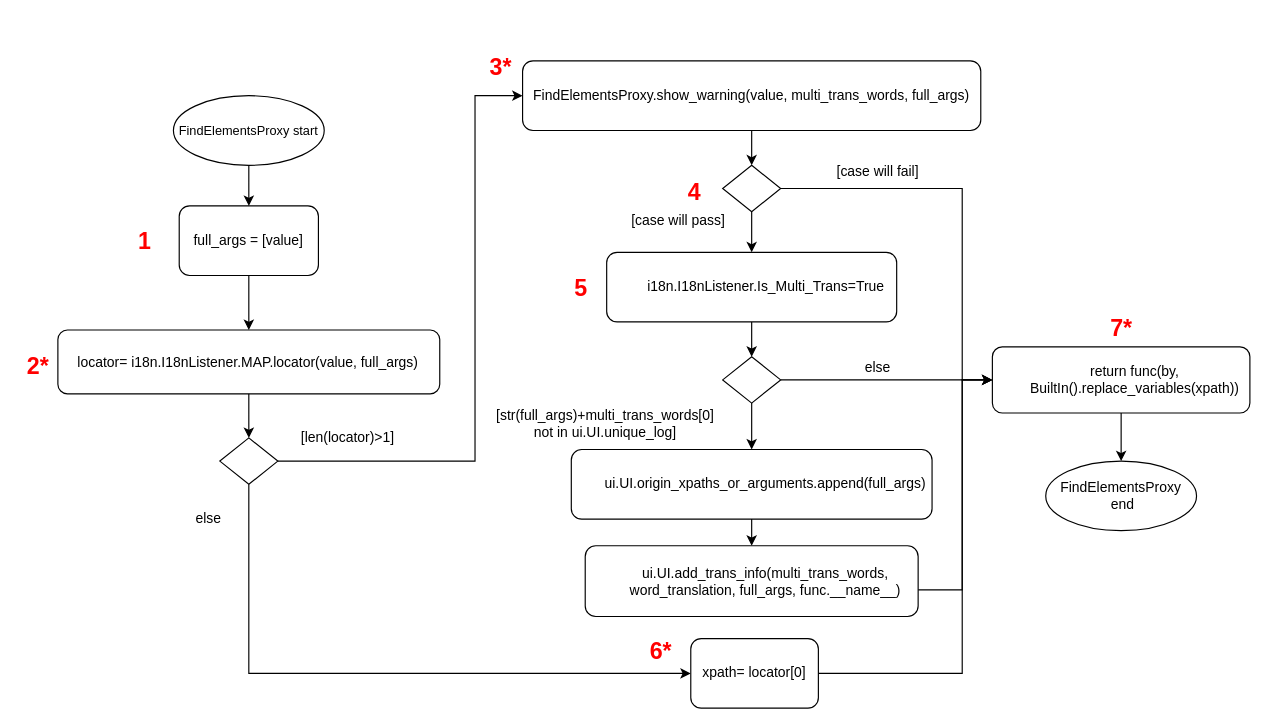
Above: page "ppt 橫向版" (3 of 3) of UML/i18n flow chart.drawio in Rexmen/i18n (draw.io), before the change. Source tidied: cells renumbered, new cells numbered last; positions are measured from the earlier drawing's top-left corner, leaving out a move shared by most shapes. Both pictures are drawn from the tidied source at 116%, with x=0, y=0 at pixel (20, 55).
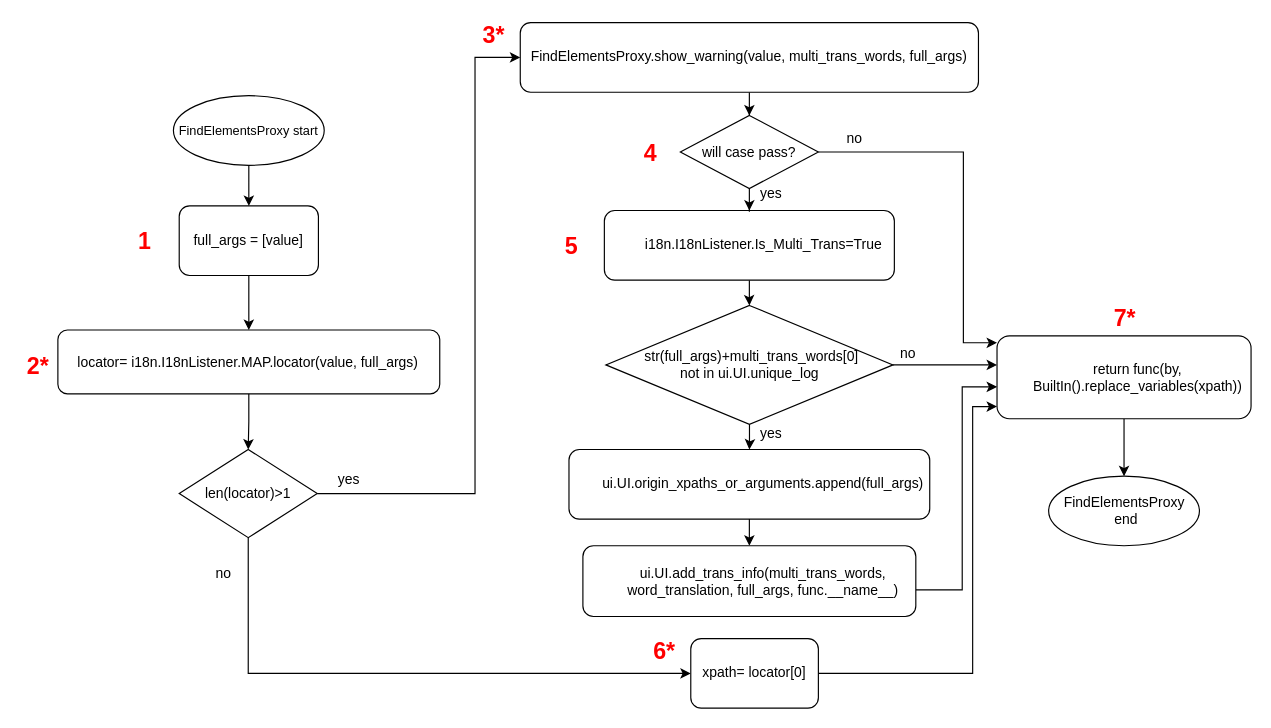
The same diagram, later.

Unchanged cells that the change refers to:
```xml
<mxCell id="27" value="xpath= locator[0]" style="rounded=1;whiteSpace=wrap;html=1;" parent="1" vertex="1">
  <mxGeometry x="578" y="503" width="110" height="60" as="geometry" />
</mxCell>
```

Diff of the diagram source:
```diff
@@
     <mxCell id="7" value="&lt;p class=&quot;MsoListParagraph&quot; style=&quot;margin-left: 18.0pt ; text-indent: 0cm&quot;&gt;&lt;span lang=&quot;EN-US&quot;&gt;ui.UI.origin_xpaths_or_arguments.append(full_args)&lt;/span&gt;&lt;/p&gt;" style="rounded=1;whiteSpace=wrap;html=1;" parent="1" vertex="1">
-      <mxGeometry x="475" y="340" width="311" height="60" as="geometry" />
+      <mxGeometry x="473" y="340" width="311" height="60" as="geometry" />
     </mxCell>
-    <mxCell id="8" style="edgeStyle=orthogonalEdgeStyle;rounded=0;jettySize=auto;html=1;entryX=0.5;entryY=0;entryDx=0;entryDy=0;" parent="1" edge="1" source="9" target="21">
-      <mxGeometry relative="1" as="geometry" />
-    </mxCell>
+    <mxCell id="43" style="edgeStyle=orthogonalEdgeStyle;rounded=0;jettySize=auto;html=1;entryX=0.5;entryY=0;entryDx=0;entryDy=0;" parent="1" edge="1" source="9" target="50">
+      <mxGeometry relative="1" as="geometry" />
+    </mxCell>
     <mxCell id="9" value="&lt;p class=&quot;MsoListParagraph&quot; style=&quot;margin-left: 18.0pt ; text-indent: 0cm&quot;&gt;&lt;span lang=&quot;EN-US&quot;&gt;i18n.I18nListener.Is_Multi_Trans=True&lt;/span&gt;&lt;/p&gt;" style="rounded=1;whiteSpace=wrap;html=1;" parent="1" vertex="1">
-      <mxGeometry x="505.5" y="170" width="250" height="60" as="geometry" />
+      <mxGeometry x="503.5" y="134" width="250" height="60" as="geometry" />
     </mxCell>
-    <mxCell id="10" style="edgeStyle=orthogonalEdgeStyle;rounded=0;jettySize=auto;html=1;" parent="1" edge="1" source="11" target="19">
-      <mxGeometry relative="1" as="geometry" />
-    </mxCell>
+    <mxCell id="44" style="edgeStyle=orthogonalEdgeStyle;rounded=0;jettySize=auto;html=1;" parent="1" edge="1" source="11" target="47">
+      <mxGeometry relative="1" as="geometry" />
+    </mxCell>
     <mxCell id="11" value="FindElementsProxy.show_warning(value, multi_trans_words, full_args)" style="rounded=1;whiteSpace=wrap;html=1;" parent="1" vertex="1">
-      <mxGeometry x="433" y="5" width="395" height="60" as="geometry" />
+      <mxGeometry x="431" y="-28" width="395" height="60" as="geometry" />
     </mxCell>
-    <mxCell id="12" value="else" style="text;html=1;align=center;verticalAlign=middle;strokeColor=none;" parent="1" vertex="1">
-      <mxGeometry x="142" y="390" width="40" height="20" as="geometry" />
+    <mxCell id="12" value="no" style="text;html=1;align=center;verticalAlign=middle;strokeColor=none;" parent="1" vertex="1">
+      <mxGeometry x="163" y="438" width="23" height="17" as="geometry" />
     </mxCell>
-    <mxCell id="13" value="[case will fail]" style="text;html=1;align=center;verticalAlign=middle;strokeColor=none;" parent="1" vertex="1">
-      <mxGeometry x="694" y="91" width="90" height="20" as="geometry" />
+    <mxCell id="13" value="yes" style="text;html=1;align=center;verticalAlign=middle;strokeColor=none;" parent="1" vertex="1">
+      <mxGeometry x="632" y="111" width="29" height="17" as="geometry" />
     </mxCell>
     <mxCell id="14" style="edgeStyle=orthogonalEdgeStyle;rounded=0;jettySize=auto;html=1;exitX=1;exitY=0.5;exitDx=0;exitDy=0;entryX=0;entryY=0.5;entryDx=0;entryDy=0;" parent="1" edge="1" source="16" target="11">
       <mxGeometry relative="1" as="geometry">
         <Array as="points">
-          <mxPoint x="392" y="350" />
-          <mxPoint x="392" y="35" />
+          <mxPoint x="392" y="378" />
+          <mxPoint x="392" y="2" />
         </Array>
       </mxGeometry>
     </mxCell>
@@
-    <mxCell id="16" style="rhombus;whiteSpace=wrap;html=1;" parent="1" vertex="1">
-      <mxGeometry x="172" y="330" width="50" height="40" as="geometry" />
+    <mxCell id="16" value="len(locator)&amp;gt;1" style="rhombus;whiteSpace=wrap;html=1;" parent="1" vertex="1">
+      <mxGeometry x="137" y="340" width="119" height="76" as="geometry" />
     </mxCell>
-    <mxCell id="17" style="edgeStyle=orthogonalEdgeStyle;rounded=0;jettySize=auto;html=1;" parent="1" edge="1" source="19" target="9">
-      <mxGeometry relative="1" as="geometry" />
-    </mxCell>
-    <mxCell id="18" style="edgeStyle=orthogonalEdgeStyle;rounded=0;jettySize=auto;html=1;entryX=0;entryY=0.5;entryDx=0;entryDy=0;" parent="1" edge="1" source="19" target="29">
-      <mxGeometry relative="1" as="geometry">
-        <Array as="points">
-          <mxPoint x="812" y="115" />
-          <mxPoint x="812" y="280" />
-        </Array>
-      </mxGeometry>
-    </mxCell>
-    <mxCell id="19" style="rhombus;whiteSpace=wrap;html=1;" parent="1" vertex="1">
-      <mxGeometry x="605.5" y="95" width="50" height="40" as="geometry" />
-    </mxCell>
-    <mxCell id="20" style="edgeStyle=orthogonalEdgeStyle;rounded=0;jettySize=auto;html=1;entryX=0.5;entryY=0;entryDx=0;entryDy=0;" parent="1" edge="1" source="21" target="7">
-      <mxGeometry relative="1" as="geometry" />
-    </mxCell>
-    <mxCell id="21" style="rhombus;whiteSpace=wrap;html=1;" parent="1" vertex="1">
-      <mxGeometry x="605.5" y="260" width="50" height="40" as="geometry" />
-    </mxCell>
-    <mxCell id="22" value="&lt;p class=&quot;MsoListParagraph&quot; style=&quot;margin-left: 18.0pt ; text-indent: 0cm&quot;&gt;&lt;span lang=&quot;EN-US&quot;&gt;[str(full_args)+multi_trans_words[0]&lt;br&gt;not in ui.UI.unique_log]&lt;/span&gt;&lt;/p&gt;" style="text;html=1;align=center;verticalAlign=middle;strokeColor=none;" parent="1" vertex="1">
-      <mxGeometry x="381" y="290" width="221" height="55" as="geometry" />
-    </mxCell>
-    <mxCell id="23" value="else" style="text;html=1;align=center;verticalAlign=middle;strokeColor=none;" parent="1" vertex="1">
-      <mxGeometry x="719" y="260" width="40" height="20" as="geometry" />
+    <mxCell id="23" value="yes" style="text;html=1;align=center;verticalAlign=middle;strokeColor=none;" parent="1" vertex="1">
+      <mxGeometry x="632" y="318.2" width="29" height="17" as="geometry" />
     </mxCell>
-    <mxCell id="24" style="edgeStyle=orthogonalEdgeStyle;rounded=0;jettySize=auto;html=1;entryX=0;entryY=0.5;entryDx=0;entryDy=0;" parent="1" edge="1" source="25" target="29">
+    <mxCell id="24" style="edgeStyle=orthogonalEdgeStyle;rounded=0;jettySize=auto;html=1;" parent="1" edge="1" source="25" target="29">
       <mxGeometry relative="1" as="geometry">
         <Array as="points">
           <mxPoint x="812" y="461" />
-          <mxPoint x="812" y="280" />
+          <mxPoint x="812" y="286" />
         </Array>
       </mxGeometry>
     </mxCell>
     <mxCell id="25" value="&lt;p class=&quot;MsoListParagraph&quot; style=&quot;margin-left: 18.0pt ; text-indent: 0cm&quot;&gt;&lt;span lang=&quot;EN-US&quot;&gt;ui.UI.add_trans_info(multi_trans_words, word_translation, full_args, func.__name__)&lt;/span&gt;&lt;/p&gt;" style="rounded=1;whiteSpace=wrap;html=1;" parent="1" vertex="1">
-      <mxGeometry x="487" y="423" width="287" height="61" as="geometry" />
+      <mxGeometry x="485" y="423" width="287" height="61" as="geometry" />
     </mxCell>
-    <mxCell id="26" style="edgeStyle=orthogonalEdgeStyle;rounded=0;jettySize=auto;html=1;entryX=0;entryY=0.5;entryDx=0;entryDy=0;" parent="1" edge="1" source="27" target="29">
+    <mxCell id="26" style="edgeStyle=orthogonalEdgeStyle;rounded=0;jettySize=auto;html=1;" parent="1" edge="1" source="27" target="29">
       <mxGeometry relative="1" as="geometry">
         <Array as="points">
-          <mxPoint x="812" y="533" />
-          <mxPoint x="812" y="280" />
+          <mxPoint x="821" y="533" />
+          <mxPoint x="821" y="303" />
         </Array>
       </mxGeometry>
     </mxCell>
@@
     <mxCell id="29" value="&lt;p class=&quot;MsoListParagraph&quot; style=&quot;margin-left: 18.0pt ; text-indent: 0cm&quot;&gt;&lt;span lang=&quot;EN-US&quot;&gt;return func(by,&lt;br&gt;BuiltIn().replace_variables(xpath))&lt;/span&gt;&lt;/p&gt;" style="rounded=1;whiteSpace=wrap;html=1;" parent="1" vertex="1">
-      <mxGeometry x="838" y="251.5" width="222" height="57" as="geometry" />
+      <mxGeometry x="842" y="242" width="219" height="71.5" as="geometry" />
     </mxCell>
-    <mxCell id="30" value="[len(locator)&amp;gt;1]" style="text;html=1;align=center;verticalAlign=middle;strokeColor=none;" parent="1" vertex="1">
-      <mxGeometry x="232" y="320" width="100" height="20" as="geometry" />
+    <mxCell id="30" value="yes" style="text;html=1;align=center;verticalAlign=middle;strokeColor=none;" parent="1" vertex="1">
+      <mxGeometry x="268" y="357" width="29" height="17" as="geometry" />
     </mxCell>
-    <mxCell id="31" value="[case will pass]" style="text;html=1;align=center;verticalAlign=middle;strokeColor=none;" parent="1" vertex="1">
-      <mxGeometry x="517" y="133" width="100" height="20" as="geometry" />
+    <mxCell id="31" value="no" style="text;html=1;align=center;verticalAlign=middle;strokeColor=none;" parent="1" vertex="1">
+      <mxGeometry x="707" y="63" width="23" height="17" as="geometry" />
     </mxCell>
@@
     <mxCell id="34" value="FindElementsProxy&lt;br&gt;&amp;nbsp;end" style="ellipse;whiteSpace=wrap;html=1;" parent="1" vertex="1">
-      <mxGeometry x="884" y="350" width="130" height="60" as="geometry" />
+      <mxGeometry x="886.5" y="363" width="130" height="60" as="geometry" />
     </mxCell>
-    <mxCell id="35" style="endArrow=none;html=1;exitX=1;exitY=0.5;exitDx=0;exitDy=0;" parent="1" edge="1" source="21">
-      <mxGeometry relative="1" as="geometry">
-        <mxPoint x="812" y="280" as="targetPoint" />
-      </mxGeometry>
-    </mxCell>
@@
     <mxCell id="37" value="&lt;b style=&quot;color: rgb(255 , 0 , 0) ; font-size: 20px&quot;&gt;3*&lt;/b&gt;" style="text;html=1;align=center;verticalAlign=middle;strokeColor=none;" parent="1" vertex="1">
-      <mxGeometry x="399" width="29" height="20" as="geometry" />
+      <mxGeometry x="393" y="-28" width="29" height="20" as="geometry" />
     </mxCell>
@@
     <mxCell id="39" value="&lt;b style=&quot;color: rgb(255 , 0 , 0) ; font-size: 20px&quot;&gt;5&lt;/b&gt;" style="text;html=1;align=center;verticalAlign=middle;strokeColor=none;" parent="1" vertex="1">
-      <mxGeometry x="472" y="190" width="21" height="20" as="geometry" />
+      <mxGeometry x="464" y="154" width="21" height="20" as="geometry" />
     </mxCell>
     <mxCell id="40" value="&lt;b style=&quot;color: rgb(255 , 0 , 0) ; font-size: 20px&quot;&gt;4&lt;/b&gt;" style="text;html=1;align=center;verticalAlign=middle;strokeColor=none;" parent="1" vertex="1">
-      <mxGeometry x="570" y="107" width="21" height="20" as="geometry" />
+      <mxGeometry x="532" y="73.5" width="21" height="20" as="geometry" />
     </mxCell>
     <mxCell id="41" value="&lt;b style=&quot;color: rgb(255 , 0 , 0) ; font-size: 20px&quot;&gt;7*&lt;/b&gt;" style="text;html=1;align=center;verticalAlign=middle;strokeColor=none;" parent="1" vertex="1">
-      <mxGeometry x="934.5" y="225" width="29" height="20" as="geometry" />
+      <mxGeometry x="937" y="215.8" width="29" height="20" as="geometry" />
     </mxCell>
     <mxCell id="42" value="&lt;b style=&quot;color: rgb(255 , 0 , 0) ; font-size: 20px&quot;&gt;6*&lt;/b&gt;" style="text;html=1;align=center;verticalAlign=middle;strokeColor=none;" parent="1" vertex="1">
-      <mxGeometry x="537" y="503" width="29" height="20" as="geometry" />
+      <mxGeometry x="540" y="503" width="29" height="20" as="geometry" />
     </mxCell>
+    <mxCell id="45" style="edgeStyle=orthogonalEdgeStyle;rounded=0;jettySize=auto;html=1;entryX=0.5;entryY=0;entryDx=0;entryDy=0;" parent="1" edge="1" source="47" target="9">
+      <mxGeometry relative="1" as="geometry" />
+    </mxCell>
+    <mxCell id="46" style="edgeStyle=orthogonalEdgeStyle;rounded=0;jettySize=auto;html=1;" parent="1" edge="1" source="47" target="29">
+      <mxGeometry relative="1" as="geometry">
+        <Array as="points">
+          <mxPoint x="813" y="84" />
+          <mxPoint x="813" y="248" />
+        </Array>
+      </mxGeometry>
+    </mxCell>
+    <mxCell id="47" value="will case pass?" style="rhombus;whiteSpace=wrap;html=1;" parent="1" vertex="1">
+      <mxGeometry x="569" y="52" width="119" height="63" as="geometry" />
+    </mxCell>
+    <mxCell id="48" style="edgeStyle=orthogonalEdgeStyle;rounded=0;jettySize=auto;html=1;" parent="1" edge="1" source="50" target="7">
+      <mxGeometry relative="1" as="geometry" />
+    </mxCell>
+    <mxCell id="49" style="edgeStyle=orthogonalEdgeStyle;rounded=0;jettySize=auto;html=1;" parent="1" edge="1" source="50" target="29">
+      <mxGeometry relative="1" as="geometry">
+        <Array as="points">
+          <mxPoint x="816" y="267" />
+          <mxPoint x="816" y="267" />
+        </Array>
+      </mxGeometry>
+    </mxCell>
+    <mxCell id="50" value="&lt;span&gt;&amp;nbsp;str(full_args)+multi_trans_words[0]&lt;/span&gt;&lt;br&gt;&lt;span&gt;not in ui.UI.unique_log&lt;/span&gt;" style="rhombus;whiteSpace=wrap;html=1;" parent="1" vertex="1">
+      <mxGeometry x="504.8" y="215.8" width="247.5" height="102.5" as="geometry" />
+    </mxCell>
+    <mxCell id="51" value="no" style="text;html=1;align=center;verticalAlign=middle;strokeColor=none;" parent="1" vertex="1">
+      <mxGeometry x="753.5" y="249" width="23" height="17" as="geometry" />
+    </mxCell>
```
